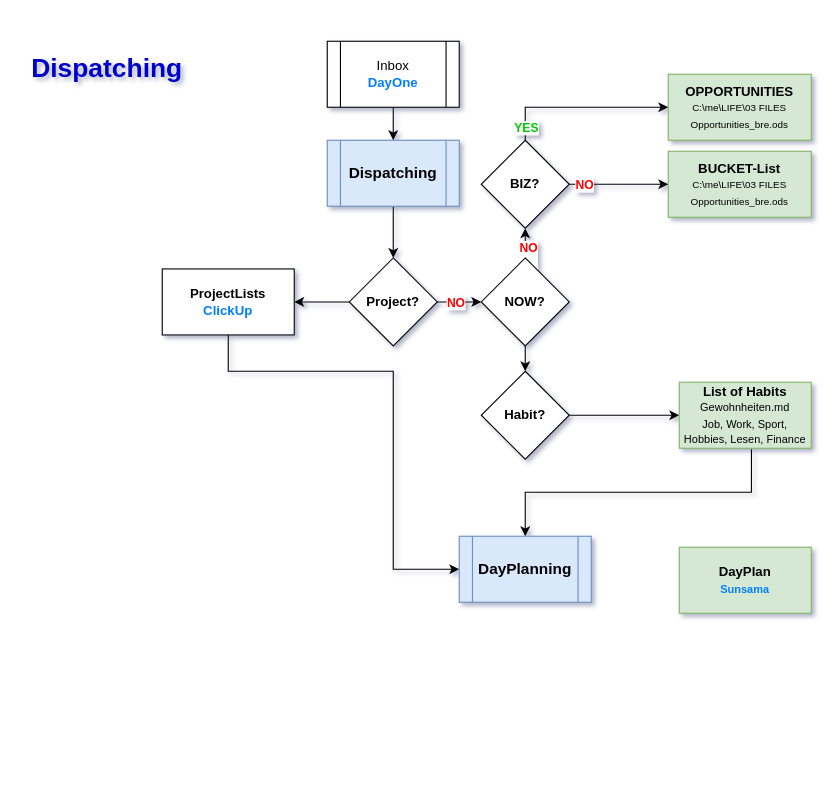
This is Unbenanntes Diagramm.drawio from realB12/PerfectDayCharts, a draw.io file, before an edit. Source tidied: cells renumbered, new cells numbered last; positions are measured from the earlier drawing's top-left corner, leaving out a move shared by most shapes. Both pictures are drawn from the tidied source at 110%, with x=0, y=0 at pixel (19, 41).
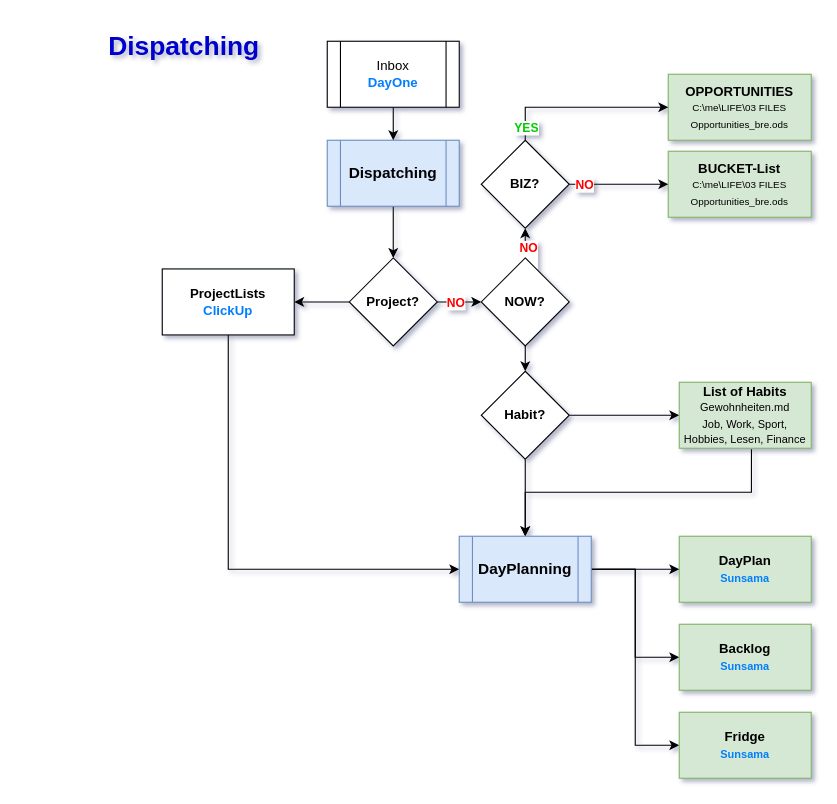
The same diagram, later.

Unchanged cells that the change refers to:
```xml
<mxCell id="9" value="&lt;b&gt;ProjectLists&lt;/b&gt;&lt;br&gt;&lt;b&gt;&lt;font color=&quot;#007fff&quot;&gt;ClickUp&lt;/font&gt;&lt;/b&gt;" style="rounded=0;whiteSpace=wrap;html=1;" parent="1" vertex="1">
  <mxGeometry x="130" y="207" width="120" height="60" as="geometry" />
</mxCell>
<mxCell id="22" value="&lt;b&gt;Habit?&lt;/b&gt;" style="rhombus;whiteSpace=wrap;html=1;" parent="1" vertex="1">
  <mxGeometry x="420" y="300" width="80" height="80" as="geometry" />
</mxCell>
<mxCell id="29" value="&lt;font style=&quot;font-size: 14px;&quot;&gt;&lt;b&gt;DayPlanning&lt;/b&gt;&lt;/font&gt;" style="shape=process;whiteSpace=wrap;html=1;backgroundOutline=1;fillColor=#dae8fc;strokeColor=#6c8ebf;" parent="1" vertex="1">
  <mxGeometry x="400" y="450" width="120" height="60" as="geometry" />
</mxCell>
```

The edit, as a diff of the source:
```diff
@@
     <mxCell id="2" value="&lt;font color=&quot;#0000cc&quot; style=&quot;font-size: 24px;&quot;&gt;&lt;b&gt;Dispatching&lt;/b&gt;&lt;/font&gt;" style="text;html=1;align=center;verticalAlign=middle;whiteSpace=wrap;rounded=0;" parent="1" vertex="1">
-      <mxGeometry width="160" height="50" as="geometry" />
+      <mxGeometry x="70" y="-20" width="160" height="50" as="geometry" />
     </mxCell>
@@
     <mxCell id="8" style="edgeStyle=orthogonalEdgeStyle;rounded=0;jettySize=auto;html=1;exitX=0.5;exitY=1;exitDx=0;exitDy=0;" parent="1" edge="1" source="9" target="29">
       <mxGeometry relative="1" as="geometry">
         <Array as="points">
-          <mxPoint x="190" y="300" />
-          <mxPoint x="340" y="300" />
+          <mxPoint x="190" y="480" />
         </Array>
       </mxGeometry>
     </mxCell>
@@
+    <mxCell id="30" style="edgeStyle=orthogonalEdgeStyle;rounded=0;jettySize=auto;html=1;" parent="1" edge="1" source="22" target="29">
+      <mxGeometry relative="1" as="geometry" />
+    </mxCell>
@@
     <mxCell id="28" value="&lt;b&gt;DayPlan&lt;/b&gt;&lt;br&gt;&lt;font color=&quot;#007fff&quot; size=&quot;1&quot;&gt;&lt;b&gt;Sunsama&lt;/b&gt;&lt;/font&gt;" style="rounded=0;whiteSpace=wrap;html=1;fillColor=#d5e8d4;strokeColor=#82b366;" parent="1" vertex="1">
-      <mxGeometry x="600" y="460" width="120" height="60" as="geometry" />
+      <mxGeometry x="600" y="450" width="120" height="60" as="geometry" />
     </mxCell>
+    <mxCell id="31" style="edgeStyle=orthogonalEdgeStyle;rounded=0;jettySize=auto;html=1;" parent="1" edge="1" source="29" target="28">
+      <mxGeometry relative="1" as="geometry" />
+    </mxCell>
+    <mxCell id="32" style="edgeStyle=orthogonalEdgeStyle;rounded=0;jettySize=auto;html=1;entryX=0;entryY=0.5;entryDx=0;entryDy=0;" parent="1" edge="1" source="29" target="35">
+      <mxGeometry relative="1" as="geometry" />
+    </mxCell>
+    <mxCell id="33" style="edgeStyle=orthogonalEdgeStyle;rounded=0;jettySize=auto;html=1;entryX=0;entryY=0.5;entryDx=0;entryDy=0;" parent="1" edge="1" source="29" target="34">
+      <mxGeometry relative="1" as="geometry" />
+    </mxCell>
@@
+    <mxCell id="34" value="&lt;b&gt;Fridge&lt;/b&gt;&lt;br&gt;&lt;font color=&quot;#007fff&quot; size=&quot;1&quot;&gt;&lt;b&gt;Sunsama&lt;/b&gt;&lt;/font&gt;" style="rounded=0;whiteSpace=wrap;html=1;fillColor=#d5e8d4;strokeColor=#82b366;" parent="1" vertex="1">
+      <mxGeometry x="600" y="610" width="120" height="60" as="geometry" />
+    </mxCell>
+    <mxCell id="35" value="&lt;b&gt;Backlog&lt;/b&gt;&lt;br&gt;&lt;font color=&quot;#007fff&quot; size=&quot;1&quot;&gt;&lt;b&gt;Sunsama&lt;/b&gt;&lt;/font&gt;" style="rounded=0;whiteSpace=wrap;html=1;fillColor=#d5e8d4;strokeColor=#82b366;" parent="1" vertex="1">
+      <mxGeometry x="600" y="530" width="120" height="60" as="geometry" />
+    </mxCell>
```
